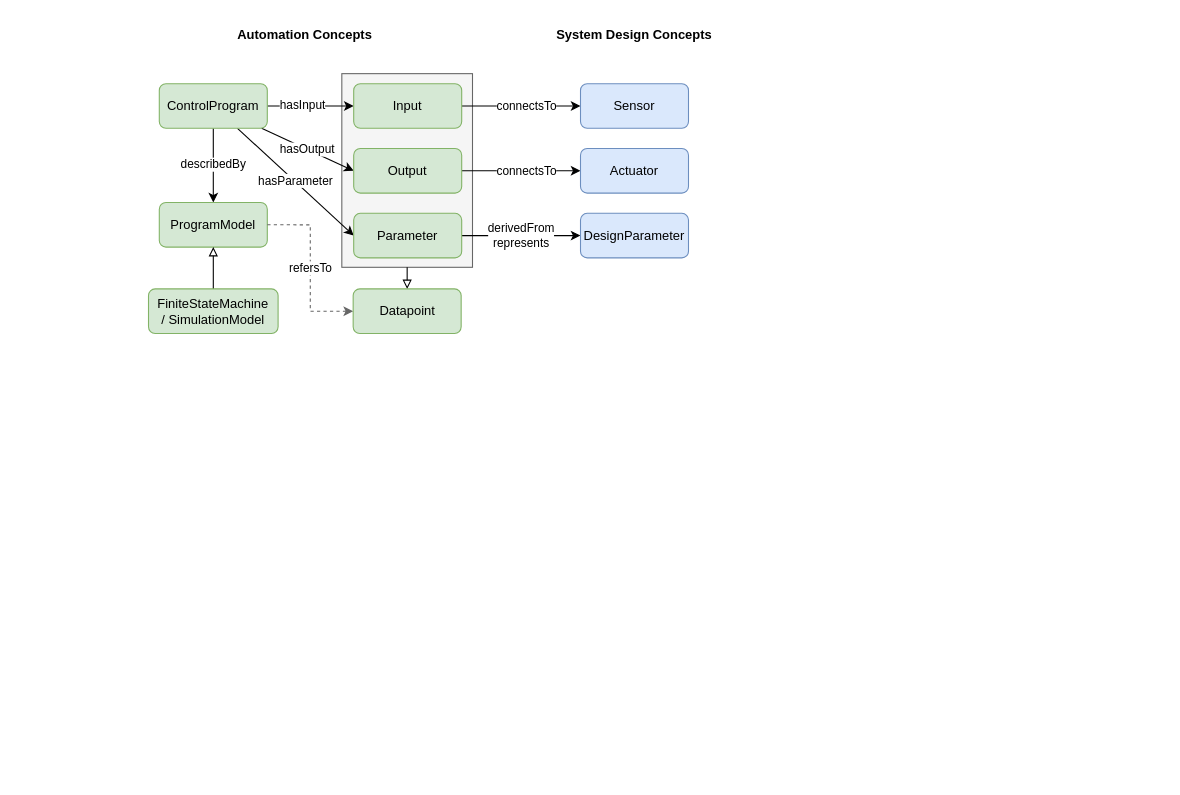
The draw.io diagram page "Documentation" (4 of 4) of diagrams/elementary.drawio in autonomous-buildings/elementary, before the edit. Source tidied: cells renumbered, new cells numbered last; positions are measured from the earlier drawing's top-left corner, leaving out a move shared by most shapes. Both pictures are drawn from the tidied source at 108%, with x=0, y=0 at pixel (148, 18).
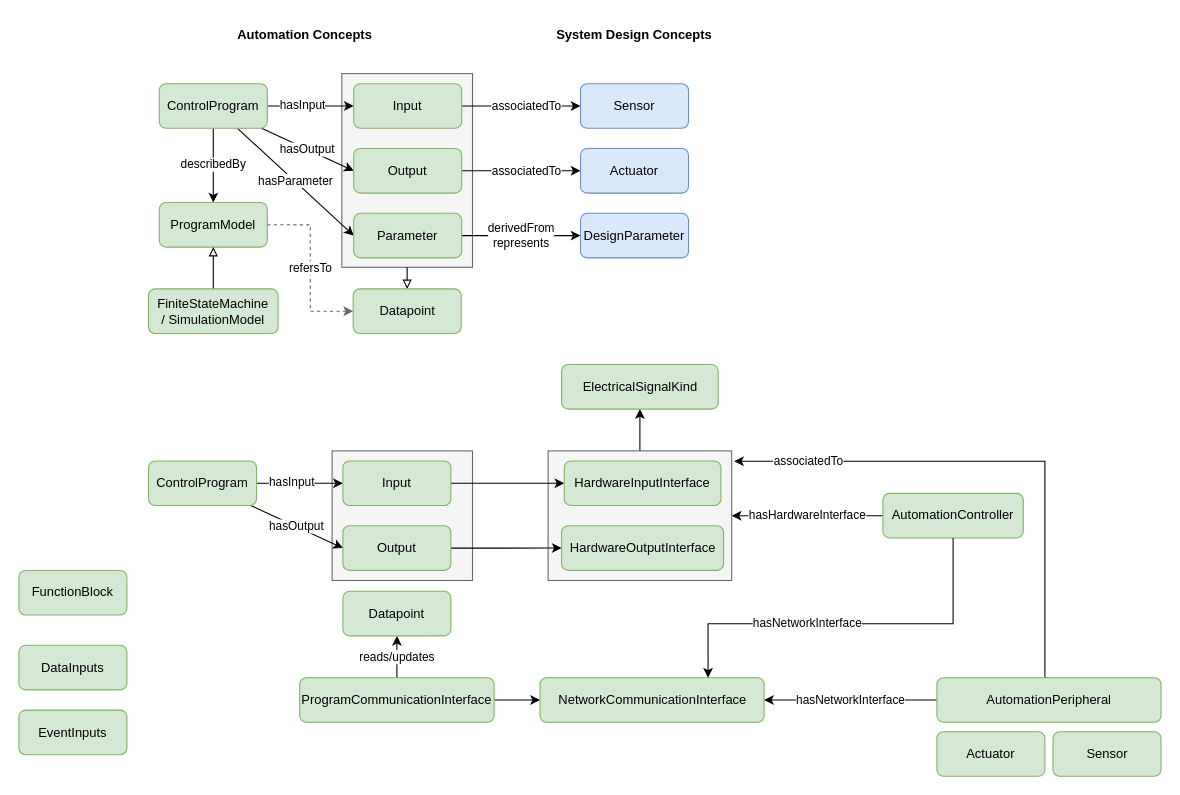
After the change.

Unchanged cells that the change refers to:
```xml
<mxCell id="4" value="Sensor" style="rounded=1;whiteSpace=wrap;html=1;fillColor=#dae8fc;strokeColor=#6c8ebf;" parent="1" vertex="1">
  <mxGeometry x="400" y="60" width="100" height="41.3" as="geometry" />
</mxCell>
<mxCell id="6" value="Actuator" style="rounded=1;whiteSpace=wrap;html=1;fillColor=#dae8fc;strokeColor=#6c8ebf;" parent="1" vertex="1">
  <mxGeometry x="400" y="120" width="100" height="41.3" as="geometry" />
</mxCell>
<mxCell id="15" value="Input" style="rounded=1;whiteSpace=wrap;html=1;fillColor=#d5e8d4;strokeColor=#82b366;" parent="1" vertex="1">
  <mxGeometry x="190" y="60" width="100" height="41.3" as="geometry" />
</mxCell>
<mxCell id="16" value="Output" style="rounded=1;whiteSpace=wrap;html=1;fillColor=#d5e8d4;strokeColor=#82b366;" parent="1" vertex="1">
  <mxGeometry x="190" y="120" width="100" height="41.3" as="geometry" />
</mxCell>
```

What changed in the source:
```diff
@@
+    <mxCell id="25" style="rounded=0;whiteSpace=wrap;html=1;fillColor=#f5f5f5;fontColor=#333333;strokeColor=#666666;" parent="1" vertex="1">
+      <mxGeometry x="170" y="400" width="130" height="120" as="geometry" />
+    </mxCell>
@@
-    <mxCell id="3" value="connectsTo" style="rounded=0;jettySize=auto;html=1;entryX=1;entryY=0.5;entryDx=0;entryDy=0;endArrow=none;endFill=0;startArrow=classic;startFill=1;" parent="1" edge="1" source="4" target="15">
+    <mxCell id="3" value="associatedTo" style="rounded=0;jettySize=auto;html=1;entryX=1;entryY=0.5;entryDx=0;entryDy=0;endArrow=none;endFill=0;startArrow=classic;startFill=1;" parent="1" edge="1" source="4" target="15">
       <mxGeometry x="-0.09" relative="1" as="geometry" />
     </mxCell>
@@
-    <mxCell id="5" value="connectsTo" style="rounded=0;jettySize=auto;html=1;entryX=1;entryY=0.5;entryDx=0;entryDy=0;endArrow=none;endFill=0;startArrow=classic;startFill=1;" parent="1" edge="1" source="6" target="16">
+    <mxCell id="5" value="associatedTo" style="rounded=0;jettySize=auto;html=1;entryX=1;entryY=0.5;entryDx=0;entryDy=0;endArrow=none;endFill=0;startArrow=classic;startFill=1;" parent="1" edge="1" source="6" target="16">
       <mxGeometry x="-0.09" relative="1" as="geometry" />
     </mxCell>
@@
+    <mxCell id="26" style="edgeStyle=orthogonalEdgeStyle;rounded=0;jettySize=auto;html=1;" parent="1" edge="1" source="27" target="45">
+      <mxGeometry relative="1" as="geometry" />
+    </mxCell>
+    <mxCell id="27" style="rounded=0;whiteSpace=wrap;html=1;fillColor=#f5f5f5;fontColor=#333333;strokeColor=#666666;" parent="1" vertex="1">
+      <mxGeometry x="370" y="400" width="170" height="120" as="geometry" />
+    </mxCell>
+    <mxCell id="28" value="hasOutput" style="rounded=0;jettySize=auto;html=1;entryX=0;entryY=0.5;entryDx=0;entryDy=0;align=left;" parent="1" edge="1" source="30" target="34">
+      <mxGeometry x="-0.54" y="-11" relative="1" as="geometry" />
+    </mxCell>
+    <mxCell id="29" value="hasInput" style="rounded=0;jettySize=auto;html=1;entryX=0;entryY=0.5;entryDx=0;entryDy=0;align=left;" parent="1" edge="1" source="30" target="32">
+      <mxGeometry x="-0.75" y="1" relative="1" as="geometry" />
+    </mxCell>
+    <mxCell id="30" value="ControlProgram" style="rounded=1;whiteSpace=wrap;html=1;fillColor=#d5e8d4;strokeColor=#82b366;" parent="1" vertex="1">
+      <mxGeometry y="409.3" width="100" height="41.3" as="geometry" />
+    </mxCell>
+    <mxCell id="31" style="edgeStyle=orthogonalEdgeStyle;rounded=0;jettySize=auto;html=1;" parent="1" edge="1" source="32" target="37">
+      <mxGeometry relative="1" as="geometry" />
+    </mxCell>
+    <mxCell id="32" value="Input" style="rounded=1;whiteSpace=wrap;html=1;fillColor=#d5e8d4;strokeColor=#82b366;" parent="1" vertex="1">
+      <mxGeometry x="180" y="409.3" width="100" height="41.3" as="geometry" />
+    </mxCell>
+    <mxCell id="33" style="edgeStyle=orthogonalEdgeStyle;rounded=0;jettySize=auto;html=1;entryX=0;entryY=0.5;entryDx=0;entryDy=0;" parent="1" edge="1" source="34" target="38">
+      <mxGeometry relative="1" as="geometry" />
+    </mxCell>
+    <mxCell id="34" value="Output" style="rounded=1;whiteSpace=wrap;html=1;fillColor=#d5e8d4;strokeColor=#82b366;" parent="1" vertex="1">
+      <mxGeometry x="180" y="469.3" width="100" height="41.3" as="geometry" />
+    </mxCell>
+    <mxCell id="35" value="hasHardwareInterface" style="edgeStyle=orthogonalEdgeStyle;rounded=0;jettySize=auto;html=1;entryX=1;entryY=0.5;entryDx=0;entryDy=0;" parent="1" edge="1" source="36" target="27">
+      <mxGeometry relative="1" as="geometry" />
+    </mxCell>
+    <mxCell id="36" value="AutomationController" style="rounded=1;whiteSpace=wrap;html=1;fillColor=#d5e8d4;strokeColor=#82b366;" parent="1" vertex="1">
+      <mxGeometry x="680" y="439.3" width="130" height="41.3" as="geometry" />
+    </mxCell>
+    <mxCell id="37" value="HardwareInputInterface" style="rounded=1;whiteSpace=wrap;html=1;fillColor=#d5e8d4;strokeColor=#82b366;" parent="1" vertex="1">
+      <mxGeometry x="385" y="409.3" width="145" height="41.3" as="geometry" />
+    </mxCell>
+    <mxCell id="38" value="HardwareOutputInterface" style="rounded=1;whiteSpace=wrap;html=1;fillColor=#d5e8d4;strokeColor=#82b366;" parent="1" vertex="1">
+      <mxGeometry x="382.5" y="469.3" width="150" height="41.3" as="geometry" />
+    </mxCell>
+    <mxCell id="39" value="Sensor" style="rounded=1;whiteSpace=wrap;html=1;fillColor=#d5e8d4;strokeColor=#82b366;" parent="1" vertex="1">
+      <mxGeometry x="837.5" y="660" width="100" height="41.3" as="geometry" />
+    </mxCell>
+    <mxCell id="40" value="Actuator" style="rounded=1;whiteSpace=wrap;html=1;fillColor=#d5e8d4;strokeColor=#82b366;" parent="1" vertex="1">
+      <mxGeometry x="730" y="660" width="100" height="41.3" as="geometry" />
+    </mxCell>
+    <mxCell id="41" value="NetworkCommunicationInterface" style="rounded=1;whiteSpace=wrap;html=1;fillColor=#d5e8d4;strokeColor=#82b366;" parent="1" vertex="1">
+      <mxGeometry x="362.5" y="610" width="207.5" height="41.3" as="geometry" />
+    </mxCell>
+    <mxCell id="42" style="edgeStyle=orthogonalEdgeStyle;rounded=0;jettySize=auto;html=1;" parent="1" edge="1" source="44" target="41">
+      <mxGeometry relative="1" as="geometry" />
+    </mxCell>
+    <mxCell id="43" value="reads/updates" style="edgeStyle=orthogonalEdgeStyle;rounded=0;jettySize=auto;html=1;entryX=0.5;entryY=1;entryDx=0;entryDy=0;" parent="1" edge="1" source="44" target="49">
+      <mxGeometry x="-0.06" relative="1" as="geometry" />
+    </mxCell>
+    <mxCell id="44" value="ProgramCommunicationInterface" style="rounded=1;whiteSpace=wrap;html=1;fillColor=#d5e8d4;strokeColor=#82b366;" parent="1" vertex="1">
+      <mxGeometry x="140" y="610" width="180" height="41.3" as="geometry" />
+    </mxCell>
+    <mxCell id="45" value="ElectricalSignalKind" style="rounded=1;whiteSpace=wrap;html=1;fillColor=#d5e8d4;strokeColor=#82b366;" parent="1" vertex="1">
+      <mxGeometry x="382.5" y="320" width="145" height="41.3" as="geometry" />
+    </mxCell>
+    <mxCell id="46" value="hasNetworkInterface" style="edgeStyle=orthogonalEdgeStyle;rounded=0;jettySize=auto;html=1;" parent="1" edge="1" source="48" target="41">
+      <mxGeometry relative="1" as="geometry" />
+    </mxCell>
+    <mxCell id="47" value="associatedTo" style="edgeStyle=orthogonalEdgeStyle;rounded=0;jettySize=auto;html=1;entryX=1.013;entryY=0.08;entryDx=0;entryDy=0;entryPerimeter=0;exitX=0.5;exitY=0;exitDx=0;exitDy=0;" parent="1" edge="1" source="48" target="27">
+      <mxGeometry x="0.72" relative="1" as="geometry">
+        <Array as="points">
+          <mxPoint x="830" y="610" />
+          <mxPoint x="830" y="410" />
+        </Array>
+      </mxGeometry>
+    </mxCell>
+    <mxCell id="48" value="AutomationPeripheral" style="rounded=1;whiteSpace=wrap;html=1;fillColor=#d5e8d4;strokeColor=#82b366;" parent="1" vertex="1">
+      <mxGeometry x="730" y="610" width="207.5" height="41.3" as="geometry" />
+    </mxCell>
+    <mxCell id="49" value="Datapoint" style="rounded=1;whiteSpace=wrap;html=1;fillColor=#d5e8d4;strokeColor=#82b366;" parent="1" vertex="1">
+      <mxGeometry x="180" y="530" width="100" height="41.3" as="geometry" />
+    </mxCell>
+    <mxCell id="50" value="hasNetworkInterface" style="edgeStyle=orthogonalEdgeStyle;rounded=0;jettySize=auto;html=1;entryX=0.75;entryY=0;entryDx=0;entryDy=0;exitX=0.5;exitY=1;exitDx=0;exitDy=0;" parent="1" edge="1" source="36" target="41">
+      <mxGeometry x="0.2" relative="1" as="geometry">
+        <Array as="points">
+          <mxPoint x="745" y="560" />
+          <mxPoint x="518" y="560" />
+        </Array>
+      </mxGeometry>
+    </mxCell>
+    <mxCell id="51" value="FunctionBlock" style="rounded=1;whiteSpace=wrap;html=1;fillColor=#d5e8d4;strokeColor=#82b366;" parent="1" vertex="1">
+      <mxGeometry x="-120" y="510.7" width="100" height="41.3" as="geometry" />
+    </mxCell>
+    <mxCell id="52" value="DataInputs" style="rounded=1;whiteSpace=wrap;html=1;fillColor=#d5e8d4;strokeColor=#82b366;" parent="1" vertex="1">
+      <mxGeometry x="-120" y="580" width="100" height="41.3" as="geometry" />
+    </mxCell>
+    <mxCell id="53" value="EventInputs" style="rounded=1;whiteSpace=wrap;html=1;fillColor=#d5e8d4;strokeColor=#82b366;" parent="1" vertex="1">
+      <mxGeometry x="-120" y="640" width="100" height="41.3" as="geometry" />
+    </mxCell>
```
